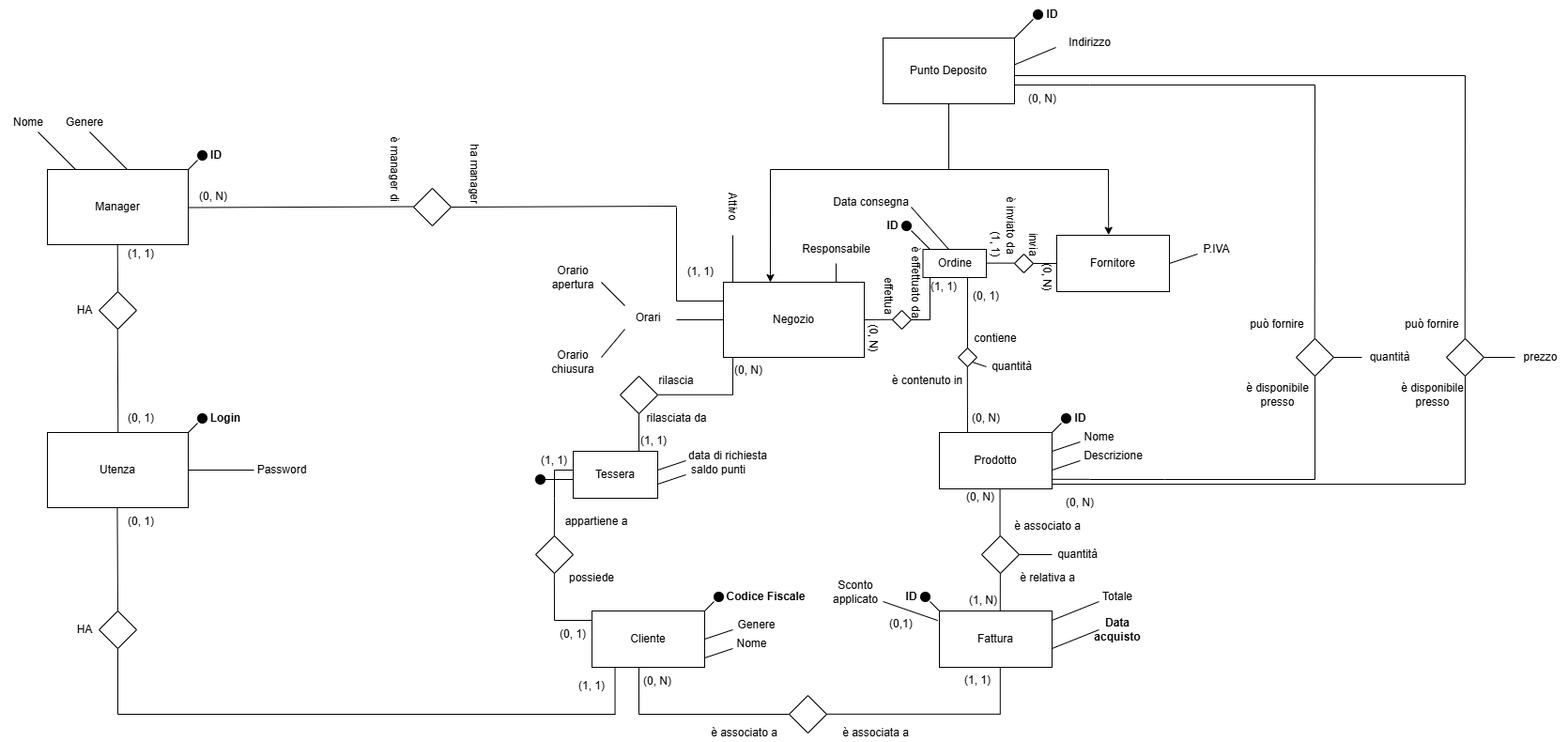
This is docs/diagrams/schema_er_v1.png from Casne99/DB-Project, a draw.io export, as it was before one commit. Source tidied: cells renumbered, new cells last; positions are measured from the earlier drawing's top-left corner, leaving out a move shared by most shapes.
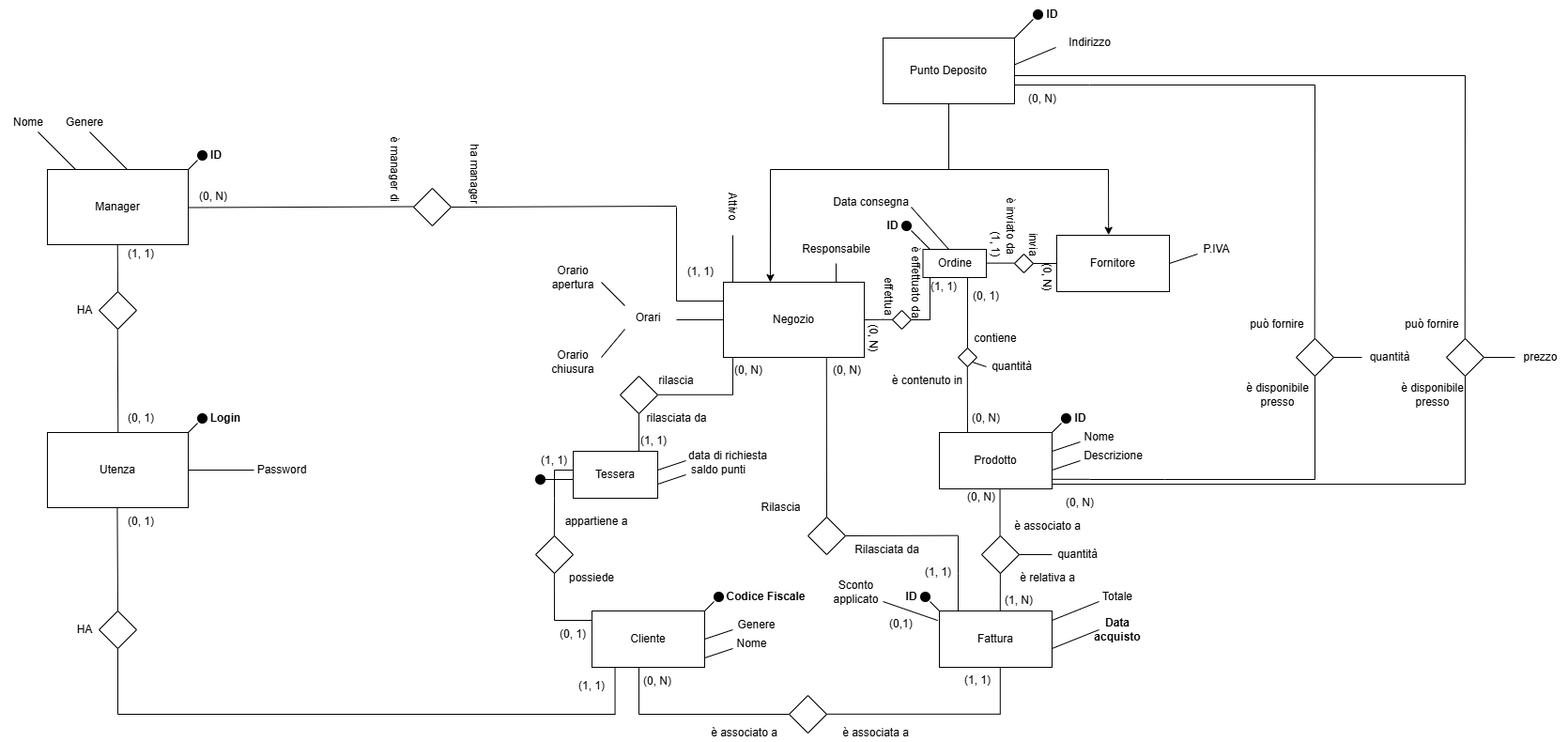
Above is the later version.

Change to the diagram source:
```diff
@@ -474,7 +474,7 @@
       <mxGeometry x="1072.5" y="550" width="85" height="20" as="geometry" />
     </mxCell>
     <mxCell id="115" value="&lt;span style=&quot;color: rgb(0, 0, 0); font-family: Helvetica; font-size: 12px; font-style: normal; font-variant-ligatures: normal; font-variant-caps: normal; font-weight: 400; letter-spacing: normal; orphans: 2; text-align: center; text-indent: 0px; text-transform: none; widows: 2; word-spacing: 0px; -webkit-text-stroke-width: 0px; white-space: normal; background-color: rgb(251, 251, 251); text-decoration-thickness: initial; text-decoration-style: initial; text-decoration-color: initial; display: inline !important; float: none;&quot;&gt;(1, N)&lt;/span&gt;" style="text;whiteSpace=wrap;html=1;" parent="1" vertex="1">
-      <mxGeometry x="1030" y="625" width="40" height="30" as="geometry" />
+      <mxGeometry x="1067.5" y="625" width="40" height="30" as="geometry" />
     </mxCell>
     <mxCell id="116" value="&lt;span style=&quot;color: rgb(0, 0, 0); font-family: Helvetica; font-size: 12px; font-style: normal; font-variant-ligatures: normal; font-variant-caps: normal; font-weight: 400; letter-spacing: normal; orphans: 2; text-align: center; text-indent: 0px; text-transform: none; widows: 2; word-spacing: 0px; -webkit-text-stroke-width: 0px; white-space: normal; background-color: rgb(251, 251, 251); text-decoration-thickness: initial; text-decoration-style: initial; text-decoration-color: initial; display: inline !important; float: none;&quot;&gt;(0, N)&lt;/span&gt;" style="text;whiteSpace=wrap;html=1;" parent="1" vertex="1">
       <mxGeometry x="1027.5" y="515" width="40" height="30" as="geometry" />
@@ -778,5 +778,42 @@
     <mxCell id="186" value="Attivo" style="text;html=1;align=center;verticalAlign=middle;whiteSpace=wrap;rounded=0;rotation=90;" parent="1" vertex="1">
       <mxGeometry x="750" y="205" width="60" height="30" as="geometry" />
     </mxCell>
+    <mxCell id="187" style="endArrow=none;html=1;rounded=0;" parent="1" edge="1">
+      <mxGeometry relative="1" as="geometry">
+        <mxPoint x="1020" y="650" as="sourcePoint" />
+        <mxPoint x="1020" y="610" as="targetPoint" />
+      </mxGeometry>
+    </mxCell>
+    <mxCell id="188" style="endArrow=none;html=1;rounded=0;" parent="1" edge="1">
+      <mxGeometry relative="1" as="geometry">
+        <mxPoint x="1020" y="610" as="sourcePoint" />
+        <mxPoint x="1020" y="570" as="targetPoint" />
+      </mxGeometry>
+    </mxCell>
+    <mxCell id="189" style="endArrow=none;html=1;rounded=0;exitX=1;exitY=0.5;exitDx=0;exitDy=0;" parent="1" edge="1" source="190">
+      <mxGeometry relative="1" as="geometry">
+        <mxPoint x="1020" y="569.6" as="targetPoint" />
+      </mxGeometry>
+    </mxCell>
+    <mxCell id="190" style="rhombus;whiteSpace=wrap;html=1;" parent="1" vertex="1">
+      <mxGeometry x="860" y="550" width="40" height="40" as="geometry" />
+    </mxCell>
+    <mxCell id="191" style="endArrow=none;html=1;rounded=0;entryX=0.732;entryY=0.999;entryDx=0;entryDy=0;entryPerimeter=0;" parent="1" edge="1" target="18">
+      <mxGeometry relative="1" as="geometry">
+        <mxPoint x="880" y="550" as="sourcePoint" />
+      </mxGeometry>
+    </mxCell>
+    <mxCell id="192" value="Rilascia" style="text;html=1;align=center;verticalAlign=middle;whiteSpace=wrap;rounded=0;" parent="1" vertex="1">
+      <mxGeometry x="790" y="530" width="82.5" height="20" as="geometry" />
+    </mxCell>
+    <mxCell id="193" value="Rilasciata da" style="text;html=1;align=center;verticalAlign=middle;whiteSpace=wrap;rounded=0;" parent="1" vertex="1">
+      <mxGeometry x="903" y="575" width="82.5" height="20" as="geometry" />
+    </mxCell>
+    <mxCell id="194" value="&lt;span style=&quot;color: rgb(0, 0, 0); font-family: Helvetica; font-size: 12px; font-style: normal; font-variant-ligatures: normal; font-variant-caps: normal; font-weight: 400; letter-spacing: normal; orphans: 2; text-align: center; text-indent: 0px; text-transform: none; widows: 2; word-spacing: 0px; -webkit-text-stroke-width: 0px; white-space: normal; background-color: rgb(251, 251, 251); text-decoration-thickness: initial; text-decoration-style: initial; text-decoration-color: initial; display: inline !important; float: none;&quot;&gt;(1, 1)&lt;/span&gt;" style="text;whiteSpace=wrap;html=1;" parent="1" vertex="1">
+      <mxGeometry x="982.5" y="595" width="40" height="30" as="geometry" />
+    </mxCell>
+    <mxCell id="195" value="&lt;span style=&quot;color: rgb(0, 0, 0); font-family: Helvetica; font-size: 12px; font-style: normal; font-variant-ligatures: normal; font-variant-caps: normal; font-weight: 400; letter-spacing: normal; orphans: 2; text-align: center; text-indent: 0px; text-transform: none; widows: 2; word-spacing: 0px; -webkit-text-stroke-width: 0px; white-space: normal; background-color: rgb(251, 251, 251); text-decoration-thickness: initial; text-decoration-style: initial; text-decoration-color: initial; display: inline !important; float: none;&quot;&gt;(0, N)&lt;/span&gt;" style="text;whiteSpace=wrap;html=1;" parent="1" vertex="1">
+      <mxGeometry x="885" y="380" width="40" height="30" as="geometry" />
+    </mxCell>
   </root>
 </mxGraphModel>
```
